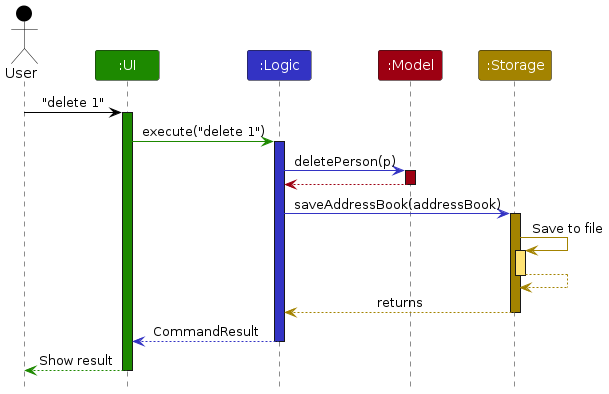
Above: diagrams/ArchitectureSequenceDiagram.png in AY2425S2-CS2103T-T08-2/tp (PlantUML), before the change. Its source is kept beside it as diagrams/ArchitectureSequenceDiagram.puml.
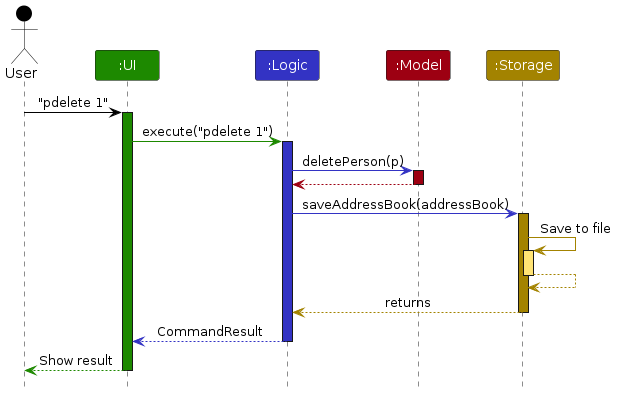
Above is the later version.

Change to the diagram source:
```diff
@@ -8,10 +8,10 @@
 Participant ":Model" as model MODEL_COLOR
 Participant ":Storage" as storage STORAGE_COLOR
 
-user -[USER_COLOR]> ui : "delete 1"
+user -[USER_COLOR]> ui : "pdelete 1"
 activate ui UI_COLOR
 
-ui -[UI_COLOR]> logic : execute("delete 1")
+ui -[UI_COLOR]> logic : execute("pdelete 1")
 activate logic LOGIC_COLOR
 
 logic -[LOGIC_COLOR]> model : deletePerson(p)
```
